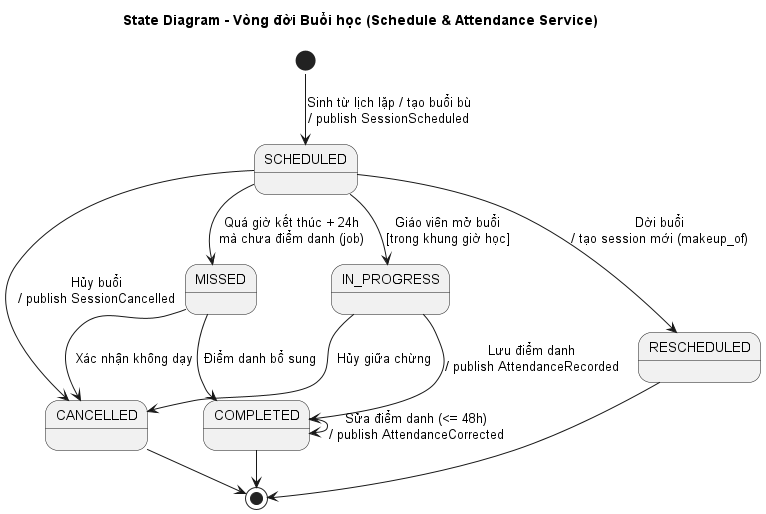
This is docs/diagrams/out/09-state-session.png from thuanbui-1203/private-tutor-management-system, a PlantUML export, as it was before one commit. Source of this version:
```plantuml
@startuml 09-state-session
!pragma layout smetana
title State Diagram - Vòng đời Buổi học (Schedule & Attendance Service)

[*] --> SCHEDULED : Sinh từ lịch lặp / tạo buổi bù\n/ publish SessionScheduled

SCHEDULED --> IN_PROGRESS : Giáo viên mở buổi\n[trong khung giờ học]
SCHEDULED --> CANCELLED : Hủy buổi\n/ publish SessionCancelled
SCHEDULED --> RESCHEDULED : Dời buổi\n/ tạo session mới (makeup_of)

IN_PROGRESS --> COMPLETED : Lưu điểm danh\n/ publish AttendanceRecorded
IN_PROGRESS --> CANCELLED : Hủy giữa chừng

COMPLETED --> COMPLETED : Sửa điểm danh (<= 48h)\n/ publish AttendanceCorrected

SCHEDULED --> MISSED : Quá giờ kết thúc + 24h\nmà chưa điểm danh (job)
MISSED --> COMPLETED : Điểm danh bổ sung
MISSED --> CANCELLED : Xác nhận không dạy

CANCELLED --> [*]
RESCHEDULED --> [*]
COMPLETED --> [*]
@enduml
```
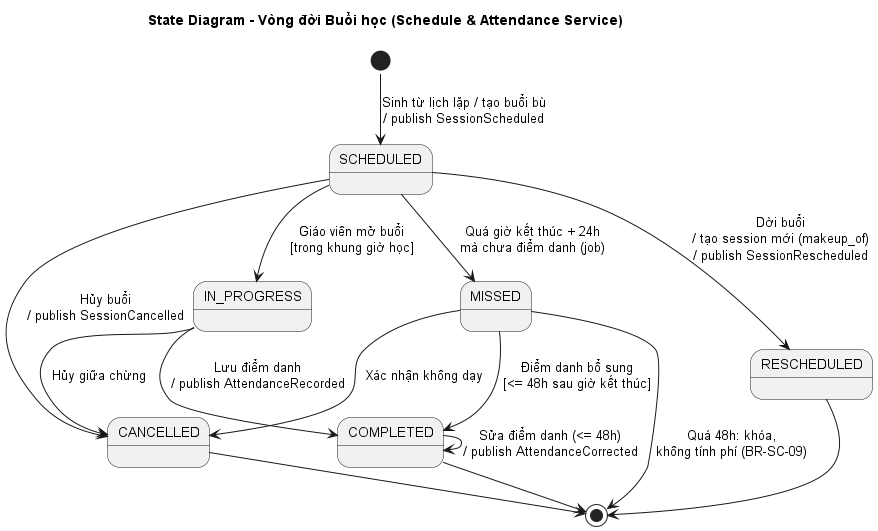
After the change.

Change to the diagram source:
```diff
@@ -6,7 +6,7 @@
 
 SCHEDULED --> IN_PROGRESS : Giáo viên mở buổi\n[trong khung giờ học]
 SCHEDULED --> CANCELLED : Hủy buổi\n/ publish SessionCancelled
-SCHEDULED --> RESCHEDULED : Dời buổi\n/ tạo session mới (makeup_of)
+SCHEDULED --> RESCHEDULED : Dời buổi\n/ tạo session mới (makeup_of)\n/ publish SessionRescheduled
 
 IN_PROGRESS --> COMPLETED : Lưu điểm danh\n/ publish AttendanceRecorded
 IN_PROGRESS --> CANCELLED : Hủy giữa chừng
@@ -14,8 +14,9 @@
 COMPLETED --> COMPLETED : Sửa điểm danh (<= 48h)\n/ publish AttendanceCorrected
 
 SCHEDULED --> MISSED : Quá giờ kết thúc + 24h\nmà chưa điểm danh (job)
-MISSED --> COMPLETED : Điểm danh bổ sung
+MISSED --> COMPLETED : Điểm danh bổ sung\n[<= 48h sau giờ kết thúc]
 MISSED --> CANCELLED : Xác nhận không dạy
+MISSED --> [*] : Quá 48h: khóa,\nkhông tính phí (BR-SC-09)
 
 CANCELLED --> [*]
 RESCHEDULED --> [*]
```
